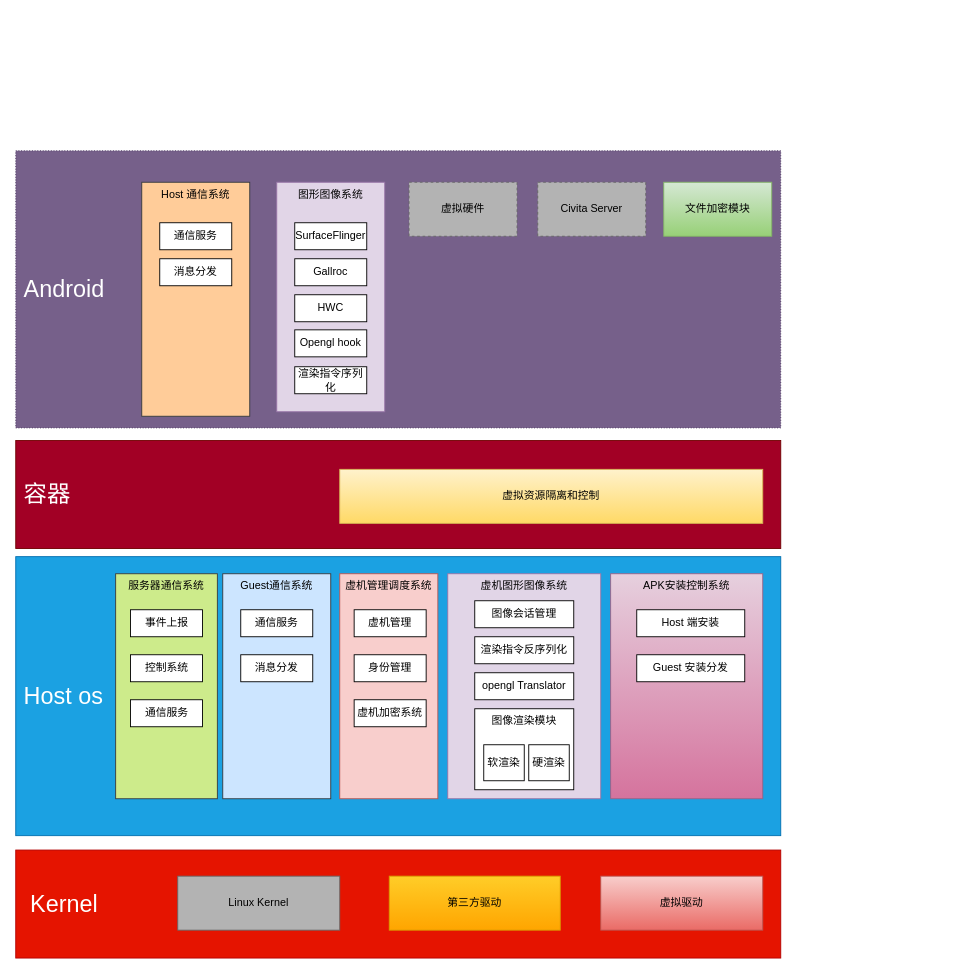
The draw.io diagram Untitled Diagram.drawio in GeekCookie/AlxLocationManager, before the edit. Source tidied: cells renumbered, new cells numbered last; positions are measured from the earlier drawing's top-left corner, leaving out a move shared by most shapes. Both pictures are drawn from the tidied source at 90%, with x=0, y=0 at pixel (15, 150).
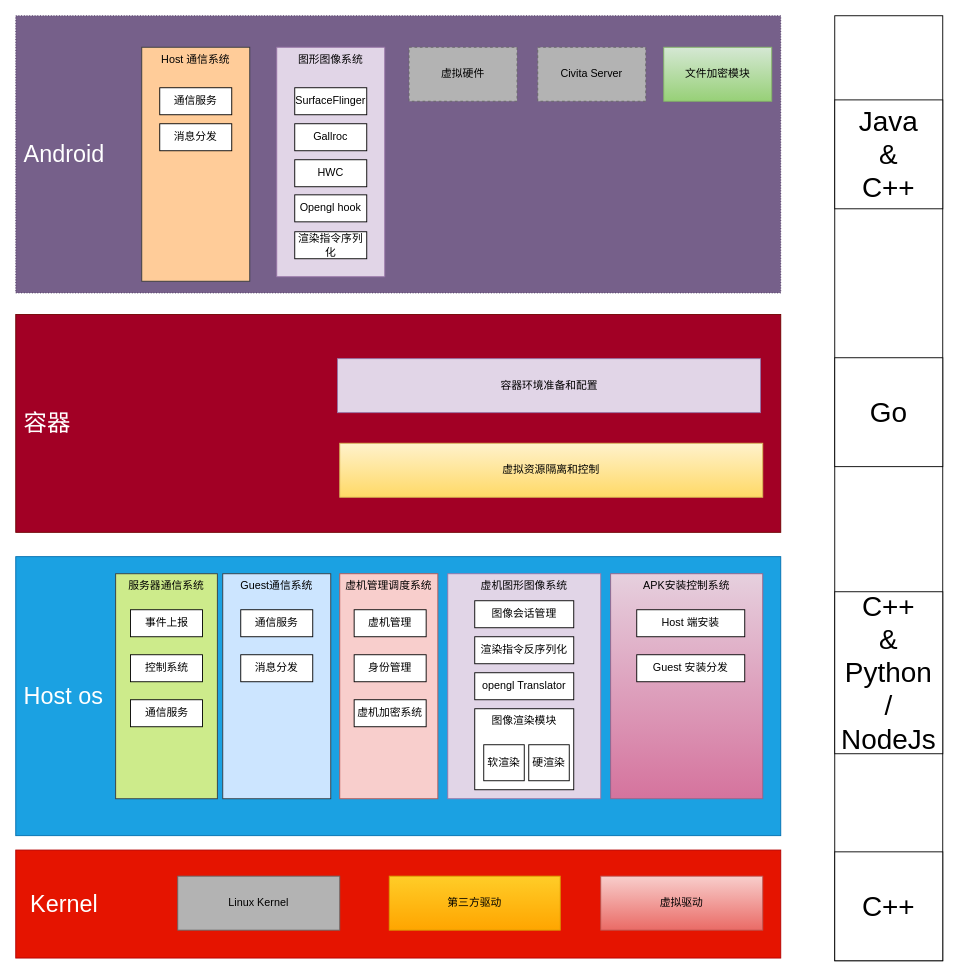
Above is the later version.

What changed in the source:
```diff
@@
     <mxCell id="8" value="&lt;span style=&quot;font-size: 26px&quot;&gt;&amp;nbsp;Android&lt;/span&gt;" style="rounded=0;whiteSpace=wrap;html=1;align=left;fillColor=#76608a;strokeColor=#432D57;dashed=1;dashPattern=1 2;fontColor=#ffffff;" parent="1" vertex="1">
-      <mxGeometry width="850" height="308" as="geometry" />
+      <mxGeometry y="-150" width="850" height="308" as="geometry" />
     </mxCell>
     <mxCell id="9" value="Civita Server" style="rounded=0;whiteSpace=wrap;html=1;labelBackgroundColor=none;dashed=1;gradientColor=#b3b3b3;strokeColor=#666666;fillColor=#B3B3B3;" parent="1" vertex="1">
-      <mxGeometry x="580" y="35" width="120" height="60" as="geometry" />
+      <mxGeometry x="580" y="-115" width="120" height="60" as="geometry" />
     </mxCell>
     <mxCell id="10" value="虚拟硬件" style="rounded=0;whiteSpace=wrap;html=1;labelBackgroundColor=none;dashed=1;gradientColor=#b3b3b3;strokeColor=#666666;fillColor=#B3B3B3;" parent="1" vertex="1">
-      <mxGeometry x="437" y="35" width="120" height="60" as="geometry" />
+      <mxGeometry x="437" y="-115" width="120" height="60" as="geometry" />
     </mxCell>
@@
     <mxCell id="13" value="图形图像系统" style="rounded=0;whiteSpace=wrap;html=1;verticalAlign=top;fillColor=#e1d5e7;strokeColor=#9673a6;" parent="1" vertex="1">
-      <mxGeometry x="290" y="35" width="120" height="255" as="geometry" />
+      <mxGeometry x="290" y="-115" width="120" height="255" as="geometry" />
     </mxCell>
     <mxCell id="14" value="Host 通信系统" style="rounded=0;whiteSpace=wrap;html=1;verticalAlign=top;fillColor=#ffcc99;strokeColor=#36393d;" parent="1" vertex="1">
-      <mxGeometry x="140" y="35" width="120" height="260" as="geometry" />
+      <mxGeometry x="140" y="-115" width="120" height="260" as="geometry" />
     </mxCell>
     <mxCell id="15" value="&lt;span style=&quot;font-size: 26px&quot;&gt;&amp;nbsp;容器&lt;/span&gt;" style="rounded=0;whiteSpace=wrap;html=1;align=left;fillColor=#a20025;strokeColor=#6F0000;fontColor=#ffffff;" parent="1" vertex="1">
-      <mxGeometry y="322" width="850" height="120" as="geometry" />
+      <mxGeometry y="182" width="850" height="242" as="geometry" />
     </mxCell>
     <mxCell id="16" value="虚拟资源隔离和控制" style="rounded=0;whiteSpace=wrap;html=1;gradientColor=#ffd966;fillColor=#fff2cc;strokeColor=#d6b656;" parent="1" vertex="1">
-      <mxGeometry x="360" y="354" width="470" height="60" as="geometry" />
+      <mxGeometry x="360" y="325" width="470" height="60" as="geometry" />
     </mxCell>
@@
     <mxCell id="35" value="文件加密模块" style="rounded=0;whiteSpace=wrap;html=1;gradientColor=#97d077;fillColor=#d5e8d4;strokeColor=#82b366;" parent="1" vertex="1">
-      <mxGeometry x="720" y="35" width="120" height="60" as="geometry" />
+      <mxGeometry x="720" y="-115" width="120" height="60" as="geometry" />
     </mxCell>
     <mxCell id="36" value="通信服务" style="rounded=0;whiteSpace=wrap;html=1;" parent="1" vertex="1">
-      <mxGeometry x="160" y="80" width="80" height="30" as="geometry" />
+      <mxGeometry x="160" y="-70" width="80" height="30" as="geometry" />
     </mxCell>
     <mxCell id="37" value="消息分发" style="rounded=0;whiteSpace=wrap;html=1;" parent="1" vertex="1">
-      <mxGeometry x="160" y="120" width="80" height="30" as="geometry" />
+      <mxGeometry x="160" y="-30" width="80" height="30" as="geometry" />
     </mxCell>
     <mxCell id="38" value="SurfaceFlinger" style="rounded=0;whiteSpace=wrap;html=1;" parent="1" vertex="1">
-      <mxGeometry x="310" y="80" width="80" height="30" as="geometry" />
+      <mxGeometry x="310" y="-70" width="80" height="30" as="geometry" />
     </mxCell>
     <mxCell id="39" value="Gallroc" style="rounded=0;whiteSpace=wrap;html=1;" parent="1" vertex="1">
-      <mxGeometry x="310" y="120" width="80" height="30" as="geometry" />
+      <mxGeometry x="310" y="-30" width="80" height="30" as="geometry" />
     </mxCell>
     <mxCell id="40" value="HWC" style="rounded=0;whiteSpace=wrap;html=1;" parent="1" vertex="1">
-      <mxGeometry x="310" y="160" width="80" height="30" as="geometry" />
+      <mxGeometry x="310" y="10" width="80" height="30" as="geometry" />
     </mxCell>
     <mxCell id="41" value="Opengl hook" style="rounded=0;whiteSpace=wrap;html=1;" parent="1" vertex="1">
-      <mxGeometry x="310" y="199" width="80" height="30" as="geometry" />
+      <mxGeometry x="310" y="49" width="80" height="30" as="geometry" />
     </mxCell>
     <mxCell id="42" value="渲染指令序列化" style="rounded=0;whiteSpace=wrap;html=1;" parent="1" vertex="1">
-      <mxGeometry x="310" y="240" width="80" height="30" as="geometry" />
+      <mxGeometry x="310" y="90" width="80" height="30" as="geometry" />
     </mxCell>
+    <mxCell id="43" value="容器环境准备和配置" style="rounded=0;whiteSpace=wrap;html=1;fillColor=#e1d5e7;strokeColor=#9673a6;" parent="1" vertex="1">
+      <mxGeometry x="357.5" y="231" width="470" height="60" as="geometry" />
+    </mxCell>
+    <mxCell id="44" style="rounded=0;whiteSpace=wrap;html=1;" parent="1" vertex="1">
+      <mxGeometry x="910" y="-150" width="120" height="1050" as="geometry" />
+    </mxCell>
+    <mxCell id="45" value="Java&lt;br&gt;&amp;amp;&lt;br&gt;C++" style="rounded=0;whiteSpace=wrap;html=1;fontSize=31;" parent="1" vertex="1">
+      <mxGeometry x="910" y="-56.5" width="120" height="121" as="geometry" />
+    </mxCell>
+    <mxCell id="46" value="C++&lt;br&gt;&amp;amp;&lt;br&gt;Python&lt;br&gt;/&lt;br&gt;NodeJs" style="rounded=0;whiteSpace=wrap;html=1;fontSize=31;" parent="1" vertex="1">
+      <mxGeometry x="910" y="490" width="120" height="180" as="geometry" />
+    </mxCell>
+    <mxCell id="47" value="Go" style="rounded=0;whiteSpace=wrap;html=1;fontSize=31;" parent="1" vertex="1">
+      <mxGeometry x="910" y="230" width="120" height="121" as="geometry" />
+    </mxCell>
+    <mxCell id="48" value="C++" style="rounded=0;whiteSpace=wrap;html=1;fontSize=31;" parent="1" vertex="1">
+      <mxGeometry x="910" y="779" width="120" height="121" as="geometry" />
+    </mxCell>
```
